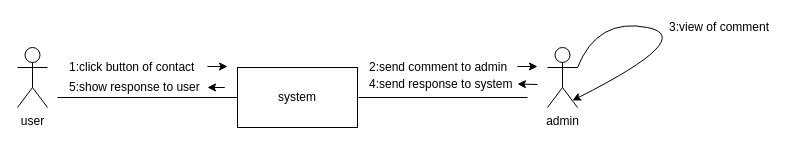
This is communication_diagram/contact to admin.drawio from aenad/iut_foods, a draw.io file, before an edit. Source tidied: cells renumbered, new cells numbered last; positions are measured from the earlier drawing's top-left corner, leaving out a move shared by most shapes. Both pictures are drawn from the tidied source at 100%, with x=0, y=0 at pixel (17, 17).
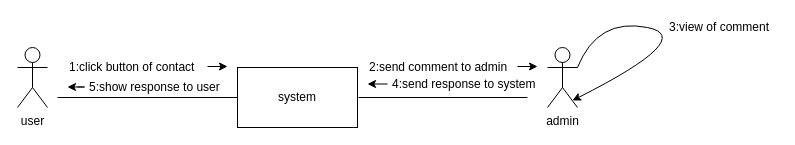
The same page after the edit.

Change to the diagram source:
```diff
@@
     <mxCell id="9" value="5:show response to user" style="text;html=1;align=left;verticalAlign=top;spacingTop=-4;" parent="1" vertex="1">
-      <mxGeometry x="50" y="60" width="140" height="20" as="geometry" />
+      <mxGeometry x="70" y="60" width="140" height="20" as="geometry" />
     </mxCell>
@@
     <mxCell id="12" style="endArrow=classic;html=1;" parent="1" edge="1">
       <mxGeometry relative="1" as="geometry">
-        <mxPoint x="200" y="70" as="sourcePoint" />
-        <mxPoint x="190" y="70" as="targetPoint" />
+        <mxPoint x="60" y="69.5" as="sourcePoint" />
+        <mxPoint x="50" y="69.5" as="targetPoint" />
         <Array as="points">
-          <mxPoint x="210" y="70" />
+          <mxPoint x="70" y="69.5" />
         </Array>
       </mxGeometry>
     </mxCell>
@@
     <mxCell id="14" value="4:send response to system" style="text;html=1;align=left;verticalAlign=top;spacingTop=-4;" parent="1" vertex="1">
-      <mxGeometry x="350" y="57" width="160" height="20" as="geometry" />
+      <mxGeometry x="373" y="57" width="160" height="20" as="geometry" />
     </mxCell>
@@
-    <mxCell id="16" style="endArrow=classic;html=1;" parent="1" edge="1">
-      <mxGeometry relative="1" as="geometry">
-        <mxPoint x="520" y="67" as="sourcePoint" />
-        <mxPoint x="500" y="66.5" as="targetPoint" />
-      </mxGeometry>
-    </mxCell>
+    <mxCell id="17" style="endArrow=classic;html=1;" parent="1" edge="1">
+      <mxGeometry relative="1" as="geometry">
+        <mxPoint x="370" y="66.5" as="sourcePoint" />
+        <mxPoint x="350" y="66.5" as="targetPoint" />
+      </mxGeometry>
+    </mxCell>
```
